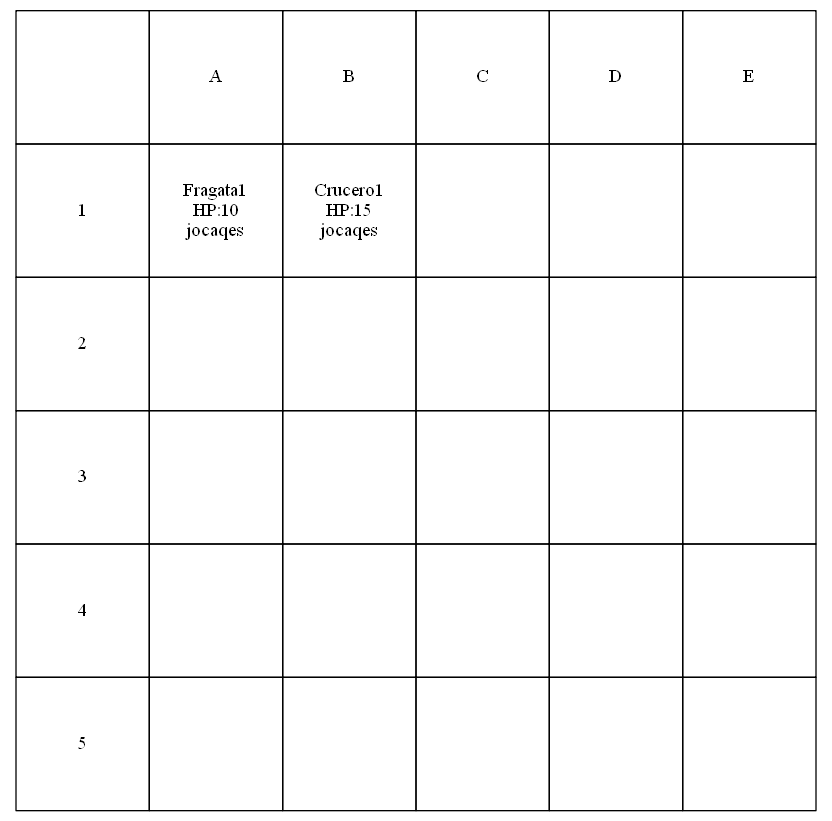
Above: Proyecto_fase2/WSnaval_wars/ClienteAdmin/Imagenes/tablero_barcos.png in jocaqes/EDD_201212921 (Graphviz), before the change. Its source is kept beside it as Proyecto_fase2/WSnaval_wars/WSnaval_wars/Dots/tablero_barcos.dot.
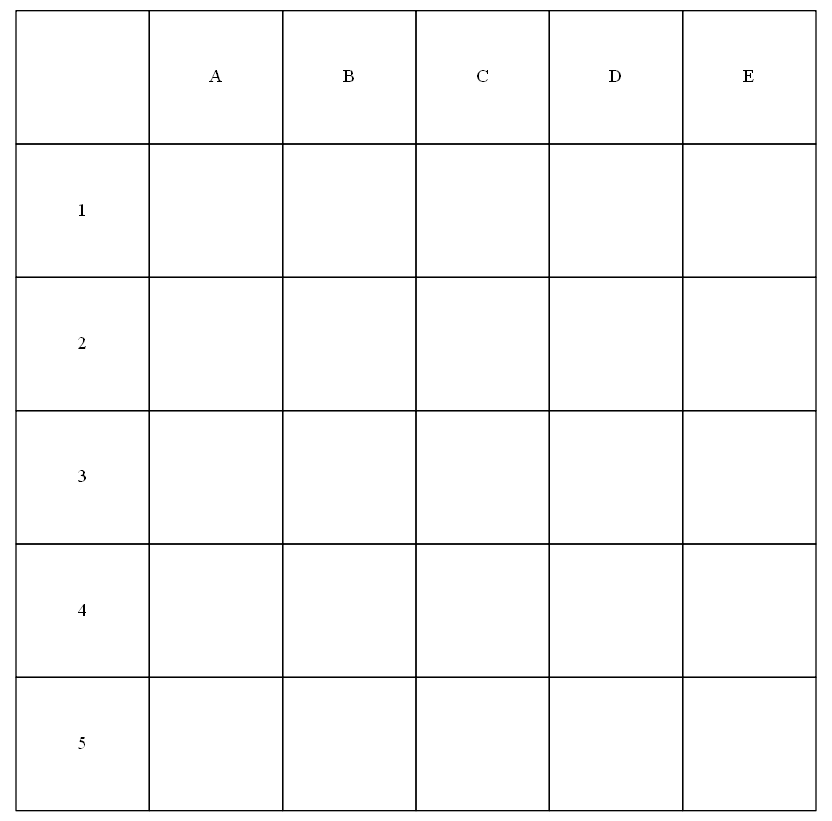
After the change.

The edit, as a diff of the source:
```diff
@@ -10,8 +10,8 @@
 </TR>
 <TR>
 <TD width="100" height="100" fixedsize="true">1</TD>
-<TD width="100" height="100" fixedsize="true">Fragata1<br/>HP:10<br/>jocaqes</TD>
-<TD width="100" height="100" fixedsize="true">Crucero1<br/>HP:15<br/>jocaqes</TD>
+<TD width="100" height="100" fixedsize="true"></TD>
+<TD width="100" height="100" fixedsize="true"></TD>
 <TD width="100" height="100" fixedsize="true"></TD>
 <TD width="100" height="100" fixedsize="true"></TD>
 <TD width="100" height="100" fixedsize="true"></TD>
```
